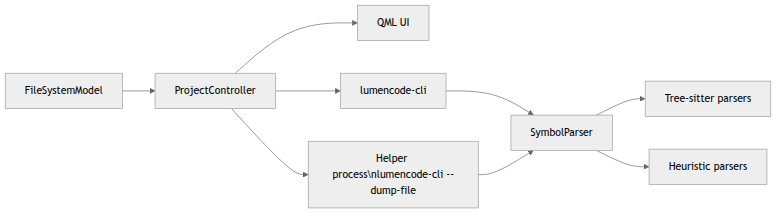
Earlier version of the Mermaid export docs/generated/developer-system-overview.png (macsplit/lumencode). Its source is kept beside it as docs/diagrams/developer-system-overview.mmd.
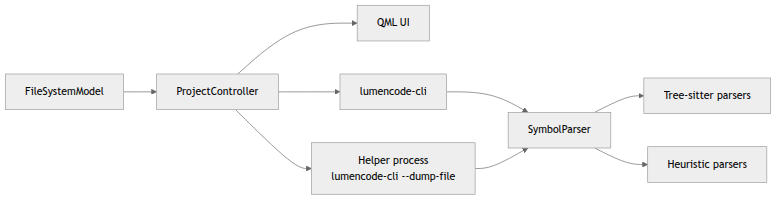
Above is the later version.

Change to the diagram source:
```diff
@@ -3,7 +3,7 @@
     PC --> GUI[QML UI]
     PC --> CLI[lumencode-cli]
     CLI --> SP[SymbolParser]
-    PC --> Helper[Helper process\nlumencode-cli --dump-file]
+    PC --> Helper[Helper process<br/>lumencode-cli --dump-file]
     Helper --> SP
     SP --> TS[Tree-sitter parsers]
     SP --> H[Heuristic parsers]
```
